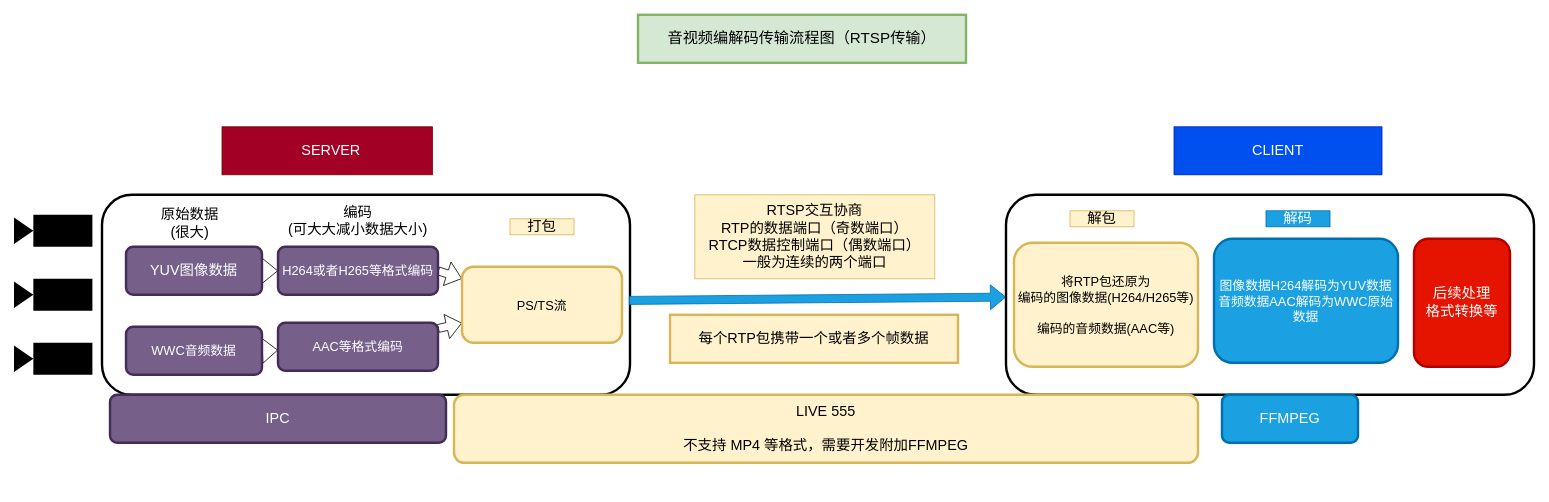
Before: Untitled Diagram.drawio in Jacksliwen/Jacksliwen, a draw.io diagram. Source tidied: cells renumbered, new cells numbered last; positions are measured from the earlier drawing's top-left corner, leaving out a move shared by most shapes. Both pictures are drawn from the tidied source at 80%, with x=0, y=0 at pixel (14, 14).
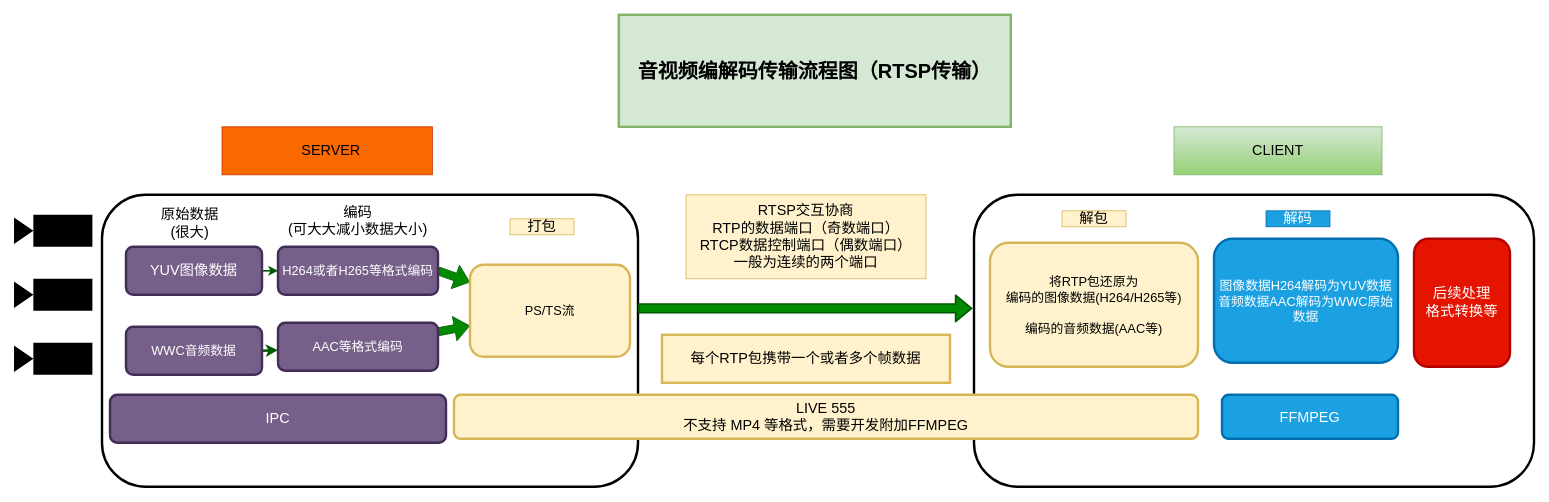
Above is the later version.

The change refers to these unchanged cells:
```xml
<mxCell id="7" value="YUV图像数据" style="rounded=1;whiteSpace=wrap;html=1;fontSize=18;strokeWidth=3;fillColor=#76608a;strokeColor=#432D57;fontColor=#ffffff;" parent="1" vertex="1">
  <mxGeometry x="140" y="290" width="170" height="60" as="geometry" />
</mxCell>
<mxCell id="9" value="WWC音频数据" style="rounded=1;whiteSpace=wrap;html=1;fontSize=16;strokeWidth=3;fillColor=#76608a;strokeColor=#432D57;fontColor=#ffffff;" parent="1" vertex="1">
  <mxGeometry x="140" y="390" width="170" height="60" as="geometry" />
</mxCell>
<mxCell id="14" value="H264或者H265等格式编码" style="rounded=1;whiteSpace=wrap;html=1;fontSize=16;strokeWidth=3;fillColor=#76608a;strokeColor=#432D57;fontColor=#ffffff;" parent="1" vertex="1">
  <mxGeometry x="330" y="290" width="200" height="60" as="geometry" />
</mxCell>
<mxCell id="16" value="AAC等格式编码" style="rounded=1;whiteSpace=wrap;html=1;fontSize=16;strokeWidth=3;fillColor=#76608a;strokeColor=#432D57;fontColor=#ffffff;" parent="1" vertex="1">
  <mxGeometry x="330" y="385" width="200" height="60" as="geometry" />
</mxCell>
```

Change to the diagram source:
```diff
@@
-    <mxCell id="2" value="&lt;div&gt;&amp;nbsp; SERVER&lt;/div&gt;" style="rounded=0;whiteSpace=wrap;html=1;fontSize=18;fillColor=#a20025;strokeColor=#6F0000;fontColor=#ffffff;" parent="1" vertex="1">
+    <mxCell id="2" value="&lt;div&gt;&amp;nbsp; SERVER&lt;/div&gt;" style="rounded=0;whiteSpace=wrap;html=1;fontSize=18;fillColor=#fa6800;strokeColor=#C73500;fontColor=#000000;" parent="1" vertex="1">
       <mxGeometry x="260" y="140" width="263" height="60" as="geometry" />
     </mxCell>
-    <mxCell id="3" value="CLIENT" style="rounded=0;whiteSpace=wrap;html=1;fontSize=18;fillColor=#0050ef;strokeColor=#001DBC;fontColor=#ffffff;" parent="1" vertex="1">
+    <mxCell id="3" value="CLIENT" style="rounded=0;whiteSpace=wrap;html=1;fontSize=18;fillColor=#d5e8d4;strokeColor=#82b366;gradientColor=#97d077;" parent="1" vertex="1">
       <mxGeometry x="1450" y="140" width="260" height="60" as="geometry" />
     </mxCell>
-    <mxCell id="4" value="&lt;div&gt;音视频编解码传输流程图（RTSP传输）&lt;/div&gt;" style="rounded=0;whiteSpace=wrap;html=1;fillColor=#d5e8d4;strokeColor=#82b366;strokeWidth=3;fontSize=19;" parent="1" vertex="1">
-      <mxGeometry x="780" width="410" height="60" as="geometry" />
+    <mxCell id="4" value="&lt;div style=&quot;font-size: 25px;&quot;&gt;音视频编解码传输流程图（RTSP传输）&lt;/div&gt;" style="rounded=0;whiteSpace=wrap;html=1;fillColor=#d5e8d4;strokeColor=#82b366;strokeWidth=3;fontSize=25;fontStyle=1;horizontal=1;verticalAlign=middle;" parent="1" vertex="1">
+      <mxGeometry x="756" width="490" height="140" as="geometry" />
     </mxCell>
     <mxCell id="5" style="rounded=1;whiteSpace=wrap;html=1;fontSize=18;strokeWidth=3;" parent="1" vertex="1">
-      <mxGeometry x="110" y="225" width="660" height="250" as="geometry" />
+      <mxGeometry x="110" y="225" width="670" height="365" as="geometry" />
     </mxCell>
-    <mxCell id="6" style="edgeStyle=none;shape=flexArrow;rounded=0;jettySize=auto;html=1;exitX=1;exitY=0.5;exitDx=0;exitDy=0;entryX=0;entryY=0.5;entryDx=0;entryDy=0;fontSize=16;" parent="1" edge="1" source="7" target="14">
+    <mxCell id="6" style="edgeStyle=none;rounded=0;jettySize=auto;html=1;exitX=1;exitY=0.5;exitDx=0;exitDy=0;entryX=0;entryY=0.5;entryDx=0;entryDy=0;fontSize=16;fillColor=#008a00;strokeColor=#005700;strokeWidth=2;" parent="1" edge="1" source="7" target="14">
       <mxGeometry relative="1" as="geometry" />
     </mxCell>
@@
-    <mxCell id="8" style="edgeStyle=none;shape=flexArrow;rounded=0;jettySize=auto;html=1;exitX=1;exitY=0.5;exitDx=0;exitDy=0;fontSize=16;" parent="1" edge="1" source="9" target="16">
+    <mxCell id="8" style="edgeStyle=none;rounded=0;jettySize=auto;html=1;exitX=1;exitY=0.5;exitDx=0;exitDy=0;fontSize=16;fillColor=#008a00;strokeColor=#005700;strokeWidth=3;" parent="1" edge="1" source="9" target="16">
       <mxGeometry relative="1" as="geometry" />
     </mxCell>
@@
-    <mxCell id="13" style="edgeStyle=none;shape=flexArrow;rounded=0;jettySize=auto;html=1;exitX=1;exitY=0.5;exitDx=0;exitDy=0;fontSize=18;" parent="1" edge="1" source="14" target="17">
+    <mxCell id="13" style="edgeStyle=none;shape=flexArrow;rounded=0;jettySize=auto;html=1;exitX=1;exitY=0.5;exitDx=0;exitDy=0;fontSize=18;fillColor=#008a00;strokeColor=#005700;" parent="1" edge="1" source="14" target="17">
       <mxGeometry relative="1" as="geometry" />
     </mxCell>
@@
-    <mxCell id="15" style="edgeStyle=none;shape=flexArrow;rounded=0;jettySize=auto;html=1;fontSize=18;" parent="1" edge="1" source="16" target="17">
+    <mxCell id="15" style="edgeStyle=none;shape=flexArrow;rounded=0;jettySize=auto;html=1;fontSize=18;fillColor=#008a00;strokeColor=#005700;" parent="1" edge="1" source="16" target="17">
       <mxGeometry relative="1" as="geometry" />
     </mxCell>
@@
     <mxCell id="17" value="&lt;div&gt;&lt;br&gt;&lt;/div&gt;&lt;div&gt;PS/TS流&lt;/div&gt;&lt;div&gt;&lt;br&gt;&lt;/div&gt;" style="rounded=1;whiteSpace=wrap;html=1;fontSize=16;strokeWidth=3;fillColor=#fff2cc;strokeColor=#d6b656;" parent="1" vertex="1">
-      <mxGeometry x="560" y="315" width="200" height="95" as="geometry" />
+      <mxGeometry x="570" y="312.5" width="200" height="115" as="geometry" />
     </mxCell>
@@
-    <mxCell id="21" style="shape=flexArrow;endArrow=classic;html=1;fontSize=18;exitX=0.998;exitY=0.528;exitDx=0;exitDy=0;exitPerimeter=0;fillColor=#1ba1e2;strokeColor=#006EAF;" parent="1" edge="1" source="5" target="22">
-      <mxGeometry relative="1" as="geometry" />
+    <mxCell id="21" style="shape=flexArrow;endArrow=classic;html=1;fontSize=18;exitX=1;exitY=0.389;exitDx=0;exitDy=0;exitPerimeter=0;fillColor=#008a00;strokeColor=#005700;strokeWidth=2;" parent="1" edge="1" source="5">
+      <mxGeometry relative="1" as="geometry">
+        <mxPoint x="1198" y="367" as="targetPoint" />
+      </mxGeometry>
     </mxCell>
     <mxCell id="22" style="rounded=1;whiteSpace=wrap;html=1;fontSize=18;strokeWidth=3;" parent="1" vertex="1">
-      <mxGeometry x="1240" y="225" width="660" height="250" as="geometry" />
+      <mxGeometry x="1200" y="225" width="700" height="365" as="geometry" />
     </mxCell>
     <mxCell id="23" value="&lt;div&gt;RTSP交互协商&lt;/div&gt;&lt;div&gt;RTP的数据端口（奇数端口）&lt;/div&gt;&lt;div&gt;RTCP数据控制端口（偶数端口）&lt;/div&gt;&lt;div&gt;一般为连续的两个端口&lt;br&gt;&lt;/div&gt;" style="text;html=1;strokeColor=#d6b656;fillColor=#fff2cc;align=center;verticalAlign=middle;whiteSpace=wrap;rounded=0;fontSize=18;" parent="1" vertex="1">
-      <mxGeometry x="851" y="225" width="300" height="105" as="geometry" />
+      <mxGeometry x="840" y="225" width="300" height="105" as="geometry" />
     </mxCell>
-    <mxCell id="24" value="&lt;div&gt;LIVE 555&lt;/div&gt;&lt;div&gt;&lt;br&gt;&lt;/div&gt;&lt;div&gt;不支持 MP4 等格式，需要开发附加FFMPEG&lt;/div&gt;" style="rounded=1;whiteSpace=wrap;html=1;fontSize=18;strokeWidth=3;fillColor=#fff2cc;strokeColor=#d6b656;" parent="1" vertex="1">
-      <mxGeometry x="550" y="475" width="930" height="85" as="geometry" />
+    <mxCell id="24" value="&lt;div&gt;LIVE 555&lt;/div&gt;&lt;div&gt;不支持 MP4 等格式，需要开发附加FFMPEG&lt;/div&gt;" style="rounded=1;whiteSpace=wrap;html=1;fontSize=18;strokeWidth=3;fillColor=#fff2cc;strokeColor=#d6b656;" parent="1" vertex="1">
+      <mxGeometry x="550" y="475" width="930" height="55" as="geometry" />
     </mxCell>
     <mxCell id="25" value="&lt;div&gt;将RTP包还原为&lt;/div&gt;&lt;div&gt;编码的图像数据(H264/H265等)&lt;/div&gt;&lt;div&gt;&lt;br&gt;&lt;/div&gt;&lt;div&gt;编码的音频数据(AAC等)&lt;br&gt;&lt;/div&gt;" style="rounded=1;whiteSpace=wrap;html=1;fontSize=16;strokeWidth=3;fillColor=#fff2cc;strokeColor=#d6b656;" parent="1" vertex="1">
-      <mxGeometry x="1250" y="285" width="230" height="155" as="geometry" />
+      <mxGeometry x="1220" y="285" width="260" height="155" as="geometry" />
     </mxCell>
     <mxCell id="26" value="解包" style="text;html=1;strokeColor=#d6b656;fillColor=#fff2cc;align=center;verticalAlign=middle;whiteSpace=wrap;rounded=0;fontSize=18;" parent="1" vertex="1">
-      <mxGeometry x="1320" y="245" width="80" height="20" as="geometry" />
+      <mxGeometry x="1310" y="245" width="80" height="20" as="geometry" />
     </mxCell>
     <mxCell id="27" value="每个RTP包携带一个或者多个帧数据" style="rounded=0;whiteSpace=wrap;html=1;fontSize=18;strokeWidth=3;fillColor=#fff2cc;strokeColor=#d6b656;" parent="1" vertex="1">
-      <mxGeometry x="820" y="375" width="360" height="60" as="geometry" />
+      <mxGeometry x="810" y="400" width="360" height="60" as="geometry" />
     </mxCell>
@@
     <mxCell id="29" value="FFMPEG" style="rounded=1;whiteSpace=wrap;html=1;fontSize=18;strokeWidth=3;fillColor=#1ba1e2;strokeColor=#006EAF;fontColor=#ffffff;" parent="1" vertex="1">
-      <mxGeometry x="1510" y="475" width="170" height="60" as="geometry" />
+      <mxGeometry x="1510" y="475" width="220" height="55" as="geometry" />
     </mxCell>
```
